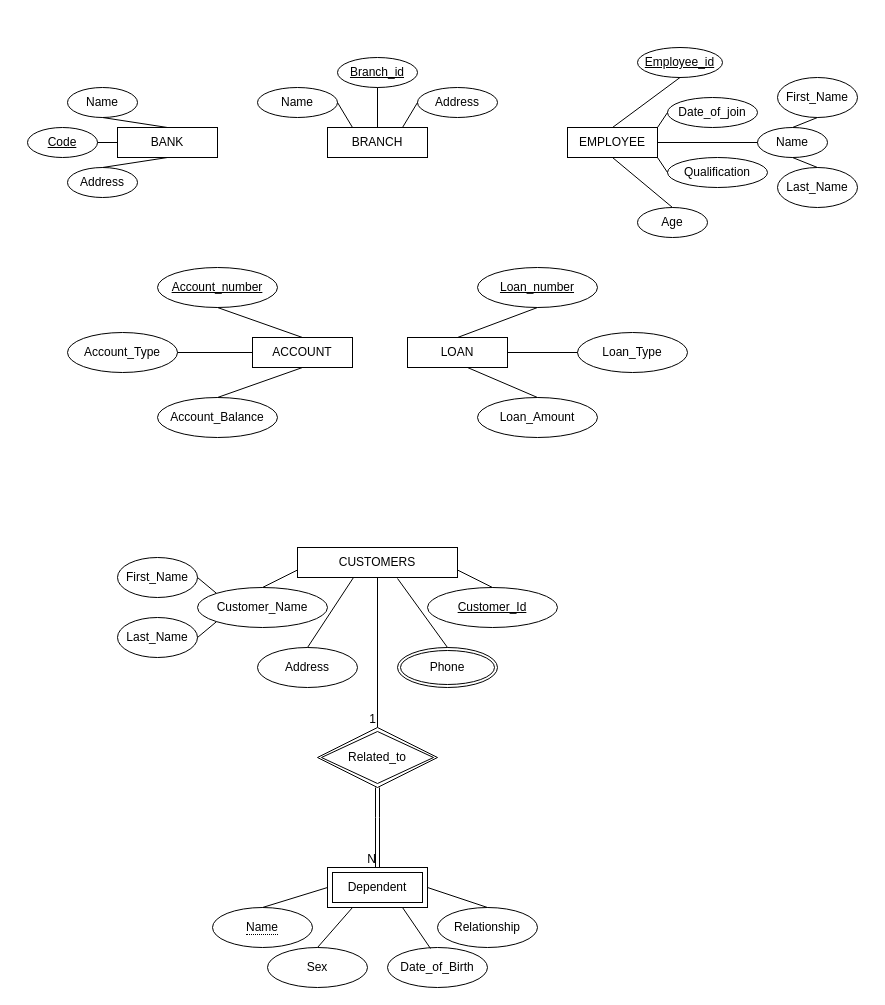
Above: Untitled Diagram.drawio in Anurag404OpenSourceRules/Bank-Management-System-ERD (draw.io), before the change. Source tidied: cells renumbered, new cells numbered last; positions are measured from the earlier drawing's top-left corner, leaving out a move shared by most shapes. Both pictures are drawn from the tidied source at 100%, with x=0, y=0 at pixel (27, 47).
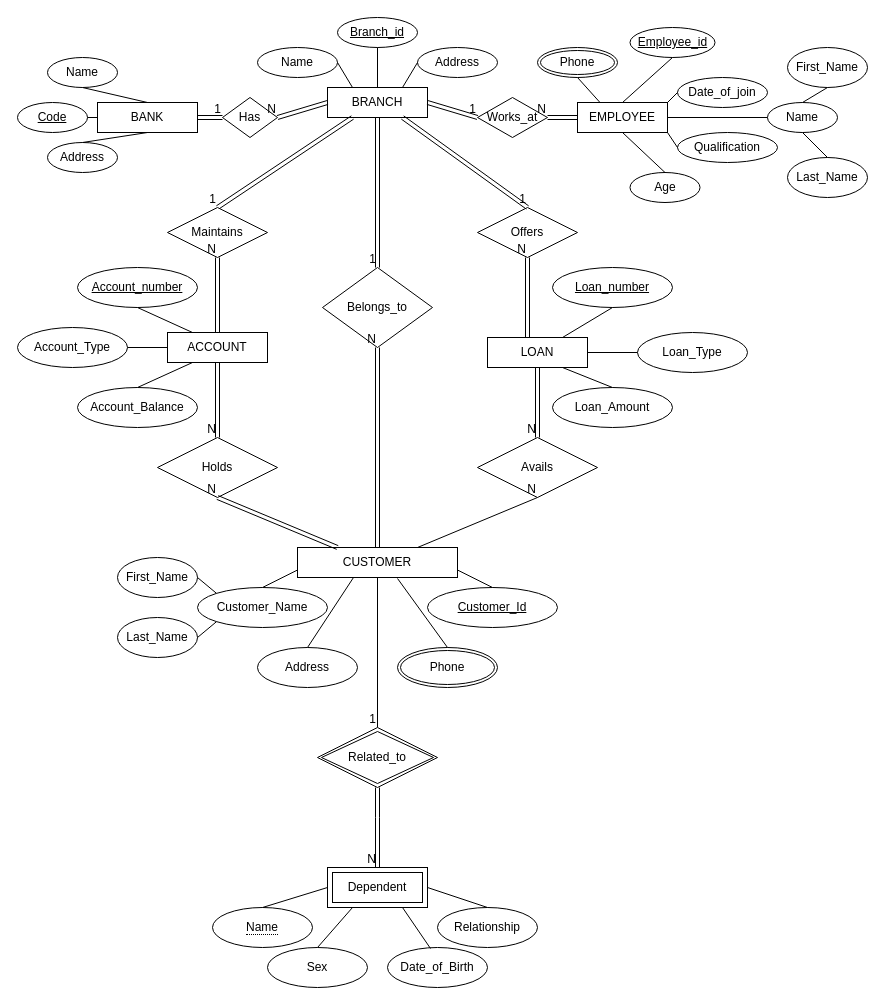
Above is the later version.

Commit message:
Relationships Established. Almost done

Diff of the diagram source:
```diff
@@
     <mxCell id="2" value="BRANCH" style="rounded=0;whiteSpace=wrap;html=1;" parent="1" vertex="1">
-      <mxGeometry x="300" y="80" width="100" height="30" as="geometry" />
+      <mxGeometry x="300" y="40" width="100" height="30" as="geometry" />
     </mxCell>
     <mxCell id="3" value="ACCOUNT" style="rounded=0;whiteSpace=wrap;html=1;" parent="1" vertex="1">
-      <mxGeometry x="225" y="290" width="100" height="30" as="geometry" />
+      <mxGeometry x="140" y="285" width="100" height="30" as="geometry" />
     </mxCell>
     <mxCell id="4" value="LOAN" style="rounded=0;whiteSpace=wrap;html=1;" parent="1" vertex="1">
-      <mxGeometry x="380" y="290" width="100" height="30" as="geometry" />
+      <mxGeometry x="460" y="290" width="100" height="30" as="geometry" />
     </mxCell>
-    <mxCell id="5" value="CUSTOMERS" style="rounded=0;whiteSpace=wrap;html=1;" parent="1" vertex="1">
+    <mxCell id="5" value="CUSTOMER" style="rounded=0;whiteSpace=wrap;html=1;" parent="1" vertex="1">
       <mxGeometry x="270" y="500" width="160" height="30" as="geometry" />
     </mxCell>
     <mxCell id="6" value="BANK" style="rounded=0;whiteSpace=wrap;html=1;" parent="1" vertex="1">
-      <mxGeometry x="90" y="80" width="100" height="30" as="geometry" />
+      <mxGeometry x="70" y="55" width="100" height="30" as="geometry" />
     </mxCell>
     <mxCell id="7" value="Name" style="ellipse;whiteSpace=wrap;html=1;" parent="1" vertex="1">
-      <mxGeometry x="40" y="40" width="70" height="30" as="geometry" />
+      <mxGeometry x="20" y="10" width="70" height="30" as="geometry" />
     </mxCell>
     <mxCell id="8" value="Address" style="ellipse;whiteSpace=wrap;html=1;" parent="1" vertex="1">
-      <mxGeometry x="40" y="120" width="70" height="30" as="geometry" />
+      <mxGeometry x="20" y="95" width="70" height="30" as="geometry" />
     </mxCell>
     <mxCell id="9" value="Name" style="ellipse;whiteSpace=wrap;html=1;" parent="1" vertex="1">
-      <mxGeometry x="230" y="40" width="80" height="30" as="geometry" />
+      <mxGeometry x="230" width="80" height="30" as="geometry" />
     </mxCell>
     <mxCell id="10" value="Address" style="ellipse;whiteSpace=wrap;html=1;" parent="1" vertex="1">
-      <mxGeometry x="390" y="40" width="80" height="30" as="geometry" />
+      <mxGeometry x="390" width="80" height="30" as="geometry" />
     </mxCell>
     <mxCell id="11" value="EMPLOYEE" style="rounded=0;whiteSpace=wrap;html=1;" parent="1" vertex="1">
-      <mxGeometry x="540" y="80" width="90" height="30" as="geometry" />
+      <mxGeometry x="550" y="55" width="90" height="30" as="geometry" />
     </mxCell>
     <mxCell id="12" value="Name" style="ellipse;whiteSpace=wrap;html=1;" parent="1" vertex="1">
-      <mxGeometry x="730" y="80" width="70" height="30" as="geometry" />
+      <mxGeometry x="740" y="55" width="70" height="30" as="geometry" />
     </mxCell>
     <mxCell id="13" value="Age" style="ellipse;whiteSpace=wrap;html=1;" parent="1" vertex="1">
-      <mxGeometry x="610" y="160" width="70" height="30" as="geometry" />
+      <mxGeometry x="602.5" y="125" width="70" height="30" as="geometry" />
     </mxCell>
     <mxCell id="14" value="Date_of_join" style="ellipse;whiteSpace=wrap;html=1;" parent="1" vertex="1">
-      <mxGeometry x="640" y="50" width="90" height="30" as="geometry" />
+      <mxGeometry x="650" y="30" width="90" height="30" as="geometry" />
     </mxCell>
     <mxCell id="15" value="Qualification" style="ellipse;whiteSpace=wrap;html=1;" parent="1" vertex="1">
-      <mxGeometry x="640" y="110" width="100" height="30" as="geometry" />
+      <mxGeometry x="650" y="85" width="100" height="30" as="geometry" />
     </mxCell>
     <mxCell id="16" value="Account_Balance" style="ellipse;whiteSpace=wrap;html=1;" parent="1" vertex="1">
-      <mxGeometry x="130" y="350" width="120" height="40" as="geometry" />
+      <mxGeometry x="50" y="340" width="120" height="40" as="geometry" />
     </mxCell>
     <mxCell id="17" value="Account_Type" style="ellipse;whiteSpace=wrap;html=1;" parent="1" vertex="1">
-      <mxGeometry x="40" y="285" width="110" height="40" as="geometry" />
+      <mxGeometry x="-10" y="280" width="110" height="40" as="geometry" />
     </mxCell>
     <mxCell id="18" value="Loan_Amount" style="ellipse;whiteSpace=wrap;html=1;" parent="1" vertex="1">
-      <mxGeometry x="450" y="350" width="120" height="40" as="geometry" />
+      <mxGeometry x="525" y="340" width="120" height="40" as="geometry" />
     </mxCell>
     <mxCell id="19" value="Loan_Type" style="ellipse;whiteSpace=wrap;html=1;" parent="1" vertex="1">
-      <mxGeometry x="550" y="285" width="110" height="40" as="geometry" />
+      <mxGeometry x="610" y="285" width="110" height="40" as="geometry" />
     </mxCell>
@@
     <mxCell id="23" value="Code" style="ellipse;whiteSpace=wrap;html=1;align=center;fontStyle=4;" parent="1" vertex="1">
-      <mxGeometry y="80" width="70" height="30" as="geometry" />
+      <mxGeometry x="-10" y="55" width="70" height="30" as="geometry" />
     </mxCell>
     <mxCell id="24" value="Branch_id" style="ellipse;whiteSpace=wrap;html=1;align=center;fontStyle=4;" parent="1" vertex="1">
-      <mxGeometry x="310" y="10" width="80" height="30" as="geometry" />
+      <mxGeometry x="310" y="-30" width="80" height="30" as="geometry" />
     </mxCell>
     <mxCell id="25" value="Employee_id" style="ellipse;whiteSpace=wrap;html=1;align=center;fontStyle=4;" parent="1" vertex="1">
-      <mxGeometry x="610" width="85" height="30" as="geometry" />
+      <mxGeometry x="602.5" y="-20" width="85" height="30" as="geometry" />
     </mxCell>
     <mxCell id="26" value="Loan_number" style="ellipse;whiteSpace=wrap;html=1;align=center;fontStyle=4;" parent="1" vertex="1">
-      <mxGeometry x="450" y="220" width="120" height="40" as="geometry" />
+      <mxGeometry x="525" y="220" width="120" height="40" as="geometry" />
     </mxCell>
     <mxCell id="27" value="Account_number" style="ellipse;whiteSpace=wrap;html=1;align=center;fontStyle=4;" parent="1" vertex="1">
-      <mxGeometry x="130" y="220" width="120" height="40" as="geometry" />
+      <mxGeometry x="50" y="220" width="120" height="40" as="geometry" />
     </mxCell>
@@
-    <mxCell id="30" style="endArrow=none;html=1;rounded=0;entryX=0.5;entryY=0;entryDx=0;entryDy=0;" parent="1" edge="1" target="18">
-      <mxGeometry relative="1" as="geometry">
-        <mxPoint x="440" y="320" as="sourcePoint" />
-      </mxGeometry>
+    <mxCell id="30" style="endArrow=none;html=1;rounded=0;entryX=0.5;entryY=0;entryDx=0;entryDy=0;exitX=0.75;exitY=1;exitDx=0;exitDy=0;" parent="1" edge="1" source="4" target="18">
+      <mxGeometry relative="1" as="geometry" />
     </mxCell>
-    <mxCell id="31" style="endArrow=none;html=1;rounded=0;exitX=0.5;exitY=0;exitDx=0;exitDy=0;entryX=0.5;entryY=1;entryDx=0;entryDy=0;" parent="1" edge="1" source="4" target="26">
+    <mxCell id="31" style="endArrow=none;html=1;rounded=0;exitX=0.75;exitY=0;exitDx=0;exitDy=0;entryX=0.5;entryY=1;entryDx=0;entryDy=0;" parent="1" edge="1" source="4" target="26">
       <mxGeometry relative="1" as="geometry" />
     </mxCell>
-    <mxCell id="32" style="endArrow=none;html=1;rounded=0;exitX=0.5;exitY=1;exitDx=0;exitDy=0;entryX=0.5;entryY=0;entryDx=0;entryDy=0;" parent="1" edge="1" source="3" target="16">
+    <mxCell id="32" style="endArrow=none;html=1;rounded=0;exitX=0.25;exitY=1;exitDx=0;exitDy=0;entryX=0.5;entryY=0;entryDx=0;entryDy=0;" parent="1" edge="1" source="3" target="16">
       <mxGeometry relative="1" as="geometry" />
     </mxCell>
-    <mxCell id="33" style="endArrow=none;html=1;rounded=0;exitX=0.5;exitY=0;exitDx=0;exitDy=0;entryX=0.5;entryY=1;entryDx=0;entryDy=0;" parent="1" edge="1" source="3" target="27">
+    <mxCell id="33" style="endArrow=none;html=1;rounded=0;entryX=0.5;entryY=1;entryDx=0;entryDy=0;exitX=0.25;exitY=0;exitDx=0;exitDy=0;" parent="1" edge="1" source="3" target="27">
       <mxGeometry relative="1" as="geometry" />
     </mxCell>
@@
     <mxCell id="50" value="First_Name" style="ellipse;whiteSpace=wrap;html=1;align=center;" parent="1" vertex="1">
-      <mxGeometry x="750" y="30" width="80" height="40" as="geometry" />
+      <mxGeometry x="760" width="80" height="40" as="geometry" />
     </mxCell>
     <mxCell id="51" value="Last_Name" style="ellipse;whiteSpace=wrap;html=1;align=center;" parent="1" vertex="1">
-      <mxGeometry x="750" y="120" width="80" height="40" as="geometry" />
+      <mxGeometry x="760" y="110" width="80" height="40" as="geometry" />
     </mxCell>
@@
+    <mxCell id="72" style="shape=link;html=1;rounded=0;exitX=1;exitY=0.5;exitDx=0;exitDy=0;entryX=0;entryY=0.5;entryDx=0;entryDy=0;" parent="1" edge="1" source="6" target="74">
+      <mxGeometry relative="1" as="geometry" />
+    </mxCell>
+    <mxCell id="73" value="1" style="html=1;whiteSpace=wrap;align=right;verticalAlign=bottom;" parent="72" vertex="1">
+      <mxGeometry x="1" relative="1" as="geometry" />
+    </mxCell>
+    <mxCell id="74" value="Has" style="shape=rhombus;perimeter=rhombusPerimeter;whiteSpace=wrap;html=1;align=center;" parent="1" vertex="1">
+      <mxGeometry x="195" y="50" width="55" height="40" as="geometry" />
+    </mxCell>
+    <mxCell id="75" style="shape=link;html=1;rounded=0;entryX=1;entryY=0.5;entryDx=0;entryDy=0;exitX=0;exitY=0.5;exitDx=0;exitDy=0;" parent="1" edge="1" source="2" target="74">
+      <mxGeometry relative="1" as="geometry" />
+    </mxCell>
+    <mxCell id="76" value="N" style="html=1;whiteSpace=wrap;align=right;verticalAlign=bottom;" parent="75" vertex="1">
+      <mxGeometry x="1" relative="1" as="geometry" />
+    </mxCell>
+    <mxCell id="77" style="shape=link;html=1;rounded=0;exitX=1;exitY=0.5;exitDx=0;exitDy=0;entryX=0;entryY=0.5;entryDx=0;entryDy=0;" parent="1" edge="1" source="2" target="79">
+      <mxGeometry relative="1" as="geometry" />
+    </mxCell>
+    <mxCell id="78" value="1" style="html=1;whiteSpace=wrap;align=right;verticalAlign=bottom;" parent="77" vertex="1">
+      <mxGeometry x="1" relative="1" as="geometry" />
+    </mxCell>
+    <mxCell id="79" value="Works_at" style="shape=rhombus;perimeter=rhombusPerimeter;whiteSpace=wrap;html=1;align=center;" parent="1" vertex="1">
+      <mxGeometry x="450" y="50" width="70" height="40" as="geometry" />
+    </mxCell>
+    <mxCell id="80" style="shape=link;html=1;rounded=0;entryX=1;entryY=0.5;entryDx=0;entryDy=0;exitX=0;exitY=0.5;exitDx=0;exitDy=0;" parent="1" edge="1" source="11" target="79">
+      <mxGeometry relative="1" as="geometry" />
+    </mxCell>
+    <mxCell id="81" value="N" style="html=1;whiteSpace=wrap;align=right;verticalAlign=bottom;" parent="80" vertex="1">
+      <mxGeometry x="1" relative="1" as="geometry" />
+    </mxCell>
+    <mxCell id="82" style="shape=link;html=1;rounded=0;exitX=0.25;exitY=1;exitDx=0;exitDy=0;entryX=0.5;entryY=0;entryDx=0;entryDy=0;" parent="1" edge="1" source="2" target="84">
+      <mxGeometry relative="1" as="geometry" />
+    </mxCell>
+    <mxCell id="83" value="1" style="html=1;whiteSpace=wrap;align=right;verticalAlign=bottom;" parent="82" vertex="1">
+      <mxGeometry x="1" relative="1" as="geometry" />
+    </mxCell>
+    <mxCell id="84" value="Maintains" style="shape=rhombus;perimeter=rhombusPerimeter;whiteSpace=wrap;html=1;align=center;" parent="1" vertex="1">
+      <mxGeometry x="140" y="160" width="100" height="50" as="geometry" />
+    </mxCell>
+    <mxCell id="85" value="Offers" style="shape=rhombus;perimeter=rhombusPerimeter;whiteSpace=wrap;html=1;align=center;" parent="1" vertex="1">
+      <mxGeometry x="450" y="160" width="100" height="50" as="geometry" />
+    </mxCell>
+    <mxCell id="86" style="shape=link;html=1;rounded=0;entryX=0.5;entryY=1;entryDx=0;entryDy=0;exitX=0.4;exitY=0;exitDx=0;exitDy=0;exitPerimeter=0;" parent="1" edge="1" source="4" target="85">
+      <mxGeometry relative="1" as="geometry" />
+    </mxCell>
+    <mxCell id="87" value="N" style="html=1;whiteSpace=wrap;align=right;verticalAlign=bottom;" parent="86" vertex="1">
+      <mxGeometry x="1" relative="1" as="geometry" />
+    </mxCell>
+    <mxCell id="88" style="shape=link;html=1;rounded=0;entryX=0.5;entryY=1;entryDx=0;entryDy=0;exitX=0.5;exitY=0;exitDx=0;exitDy=0;" parent="1" edge="1" source="3" target="84">
+      <mxGeometry relative="1" as="geometry" />
+    </mxCell>
+    <mxCell id="89" value="N" style="html=1;whiteSpace=wrap;align=right;verticalAlign=bottom;" parent="88" vertex="1">
+      <mxGeometry x="1" relative="1" as="geometry" />
+    </mxCell>
+    <mxCell id="90" style="shape=link;html=1;rounded=0;exitX=0.75;exitY=1;exitDx=0;exitDy=0;entryX=0.5;entryY=0;entryDx=0;entryDy=0;" parent="1" edge="1" source="2" target="85">
+      <mxGeometry relative="1" as="geometry" />
+    </mxCell>
+    <mxCell id="91" value="1" style="html=1;whiteSpace=wrap;align=right;verticalAlign=bottom;" parent="90" vertex="1">
+      <mxGeometry x="1" relative="1" as="geometry" />
+    </mxCell>
+    <mxCell id="92" value="Holds" style="shape=rhombus;perimeter=rhombusPerimeter;whiteSpace=wrap;html=1;align=center;" parent="1" vertex="1">
+      <mxGeometry x="130" y="390" width="120" height="60" as="geometry" />
+    </mxCell>
+    <mxCell id="93" value="Avails" style="shape=rhombus;perimeter=rhombusPerimeter;whiteSpace=wrap;html=1;align=center;" parent="1" vertex="1">
+      <mxGeometry x="450" y="390" width="120" height="60" as="geometry" />
+    </mxCell>
+    <mxCell id="94" value="Phone" style="ellipse;shape=doubleEllipse;margin=3;whiteSpace=wrap;html=1;align=center;" parent="1" vertex="1">
+      <mxGeometry x="510" width="80" height="30" as="geometry" />
+    </mxCell>
+    <mxCell id="95" style="endArrow=none;html=1;rounded=0;exitX=0.5;exitY=1;exitDx=0;exitDy=0;entryX=0.25;entryY=0;entryDx=0;entryDy=0;" parent="1" edge="1" source="94" target="11">
+      <mxGeometry relative="1" as="geometry" />
+    </mxCell>
+    <mxCell id="96" style="shape=link;html=1;rounded=0;exitX=0.25;exitY=0;exitDx=0;exitDy=0;entryX=0.5;entryY=1;entryDx=0;entryDy=0;" parent="1" edge="1" source="5" target="92">
+      <mxGeometry relative="1" as="geometry" />
+    </mxCell>
+    <mxCell id="97" value="N" style="html=1;whiteSpace=wrap;align=right;verticalAlign=bottom;" parent="96" vertex="1">
+      <mxGeometry x="1" relative="1" as="geometry" />
+    </mxCell>
+    <mxCell id="98" style="shape=link;html=1;rounded=0;exitX=0.5;exitY=1;exitDx=0;exitDy=0;entryX=0.5;entryY=0;entryDx=0;entryDy=0;" parent="1" edge="1" source="3" target="92">
+      <mxGeometry relative="1" as="geometry" />
+    </mxCell>
+    <mxCell id="99" value="N" style="html=1;whiteSpace=wrap;align=right;verticalAlign=bottom;" parent="98" vertex="1">
+      <mxGeometry x="1" relative="1" as="geometry" />
+    </mxCell>
+    <mxCell id="100" style="shape=link;html=1;rounded=0;exitX=0.5;exitY=1;exitDx=0;exitDy=0;entryX=0.5;entryY=0;entryDx=0;entryDy=0;" parent="1" edge="1" source="4" target="93">
+      <mxGeometry relative="1" as="geometry" />
+    </mxCell>
+    <mxCell id="101" value="N" style="html=1;whiteSpace=wrap;align=right;verticalAlign=bottom;" parent="100" vertex="1">
+      <mxGeometry x="1" relative="1" as="geometry" />
+    </mxCell>
+    <mxCell id="102" style="endArrow=none;html=1;rounded=0;exitX=0.75;exitY=0;exitDx=0;exitDy=0;entryX=0.5;entryY=1;entryDx=0;entryDy=0;" parent="1" edge="1" source="5" target="93">
+      <mxGeometry relative="1" as="geometry" />
+    </mxCell>
+    <mxCell id="103" value="N" style="html=1;whiteSpace=wrap;align=right;verticalAlign=bottom;" parent="102" vertex="1">
+      <mxGeometry x="1" relative="1" as="geometry" />
+    </mxCell>
+    <mxCell id="104" value="Belongs_to" style="shape=rhombus;perimeter=rhombusPerimeter;whiteSpace=wrap;html=1;align=center;" parent="1" vertex="1">
+      <mxGeometry x="295" y="220" width="110" height="80" as="geometry" />
+    </mxCell>
+    <mxCell id="105" style="shape=link;html=1;rounded=0;exitX=0.5;exitY=1;exitDx=0;exitDy=0;entryX=0.5;entryY=0;entryDx=0;entryDy=0;" parent="1" edge="1" source="2" target="104">
+      <mxGeometry relative="1" as="geometry" />
+    </mxCell>
+    <mxCell id="106" value="1" style="html=1;whiteSpace=wrap;align=right;verticalAlign=bottom;" parent="105" vertex="1">
+      <mxGeometry x="1" relative="1" as="geometry" />
+    </mxCell>
+    <mxCell id="107" style="shape=link;html=1;rounded=0;entryX=0.5;entryY=1;entryDx=0;entryDy=0;exitX=0.5;exitY=0;exitDx=0;exitDy=0;" parent="1" edge="1" source="5" target="104">
+      <mxGeometry relative="1" as="geometry" />
+    </mxCell>
+    <mxCell id="108" value="N" style="html=1;whiteSpace=wrap;align=right;verticalAlign=bottom;" parent="107" vertex="1">
+      <mxGeometry x="1" relative="1" as="geometry" />
+    </mxCell>
```
